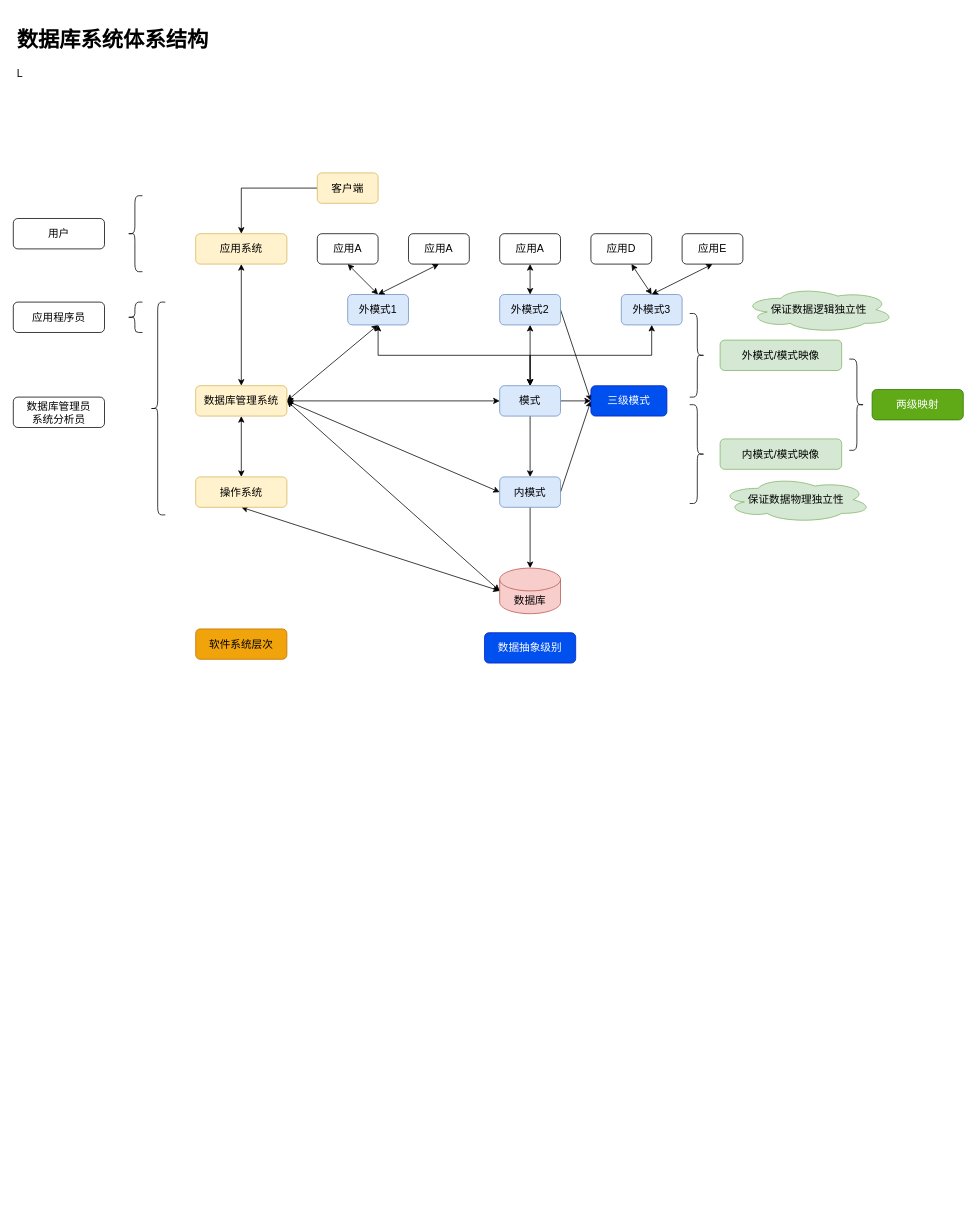
Earlier version of the draw.io diagram page "理论基础" (1 of 7) of Draw.io/DB.drawio (DepInjoy/geektime). Source tidied: cells renumbered, new cells numbered last; positions are measured from the earlier drawing's top-left corner, leaving out a move shared by most shapes. Both pictures are drawn from the tidied source at 76%, with x=0, y=0 at pixel (13, 21).
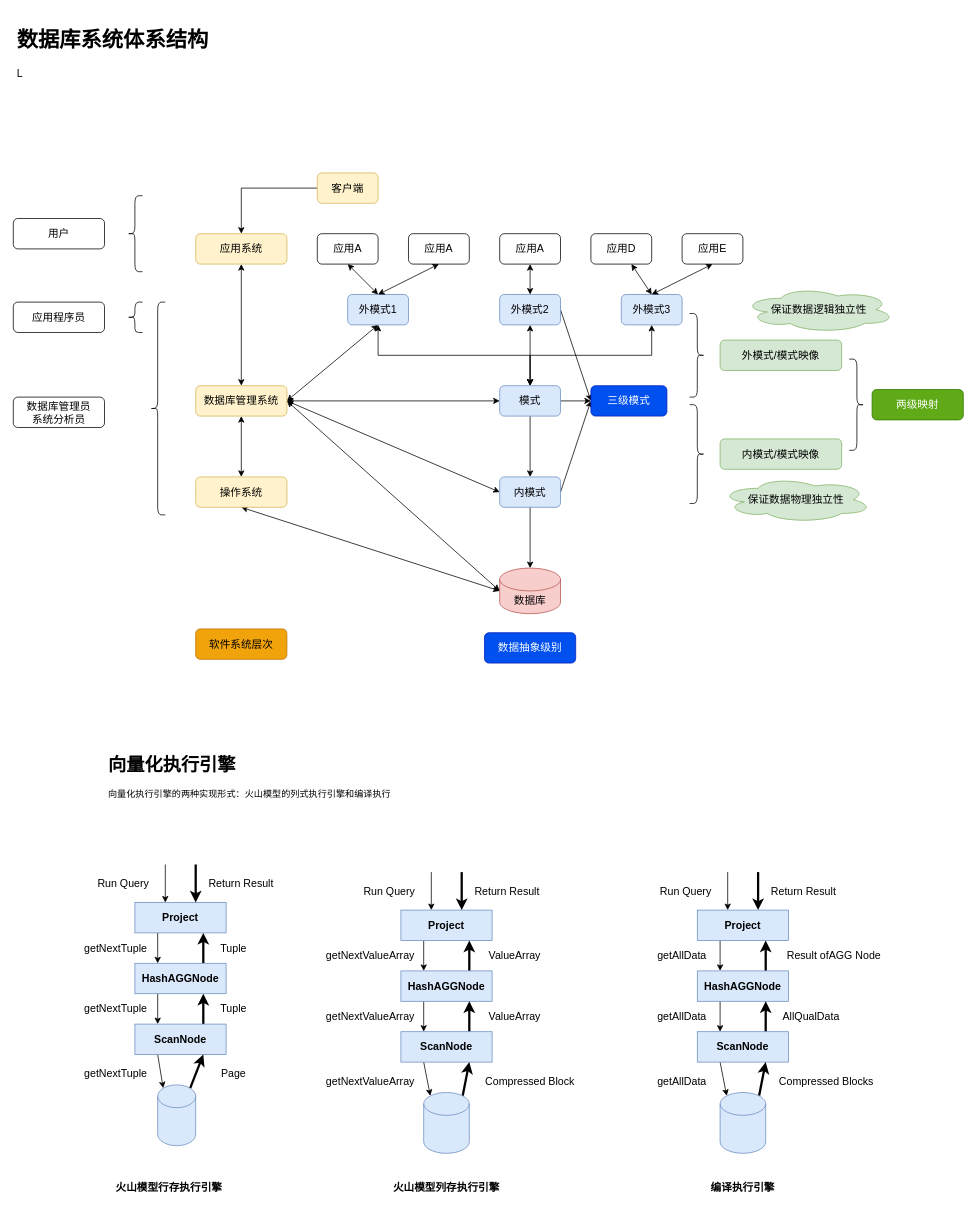
After the change.

Diff of the diagram source:
```diff
@@
+    <mxCell id="56" value="&lt;h1&gt;向量化执行引擎&lt;/h1&gt;&lt;p&gt;向量化执行引擎的两种实现形式：火山模型的列式执行引擎和编译执行&lt;/p&gt;" style="text;html=1;strokeColor=none;fillColor=none;spacing=5;spacingTop=-20;whiteSpace=wrap;overflow=hidden;rounded=0;" parent="1" vertex="1">
+      <mxGeometry x="120" y="960" width="480" height="120" as="geometry" />
+    </mxCell>
+    <mxCell id="57" style="edgeStyle=orthogonalEdgeStyle;rounded=0;jettySize=auto;html=1;exitX=0.25;exitY=1;exitDx=0;exitDy=0;entryX=0.25;entryY=0;entryDx=0;entryDy=0;fontSize=14;" parent="1" edge="1" source="58" target="61">
+      <mxGeometry relative="1" as="geometry" />
+    </mxCell>
+    <mxCell id="58" value="&lt;font style=&quot;font-size: 14px;&quot;&gt;&lt;b&gt;Project&lt;/b&gt;&lt;/font&gt;" style="rounded=0;whiteSpace=wrap;html=1;fillColor=#dae8fc;strokeColor=#6c8ebf;" parent="1" vertex="1">
+      <mxGeometry x="160" y="1160" width="120" height="40" as="geometry" />
+    </mxCell>
+    <mxCell id="59" style="edgeStyle=orthogonalEdgeStyle;rounded=0;jettySize=auto;html=1;exitX=0.75;exitY=0;exitDx=0;exitDy=0;entryX=0.75;entryY=1;entryDx=0;entryDy=0;fontSize=14;strokeWidth=3;" parent="1" edge="1" source="61" target="58">
+      <mxGeometry relative="1" as="geometry" />
+    </mxCell>
+    <mxCell id="60" style="edgeStyle=orthogonalEdgeStyle;rounded=0;jettySize=auto;html=1;exitX=0.25;exitY=1;exitDx=0;exitDy=0;entryX=0.25;entryY=0;entryDx=0;entryDy=0;fontSize=14;" parent="1" edge="1" source="61" target="64">
+      <mxGeometry relative="1" as="geometry" />
+    </mxCell>
+    <mxCell id="61" value="&lt;font style=&quot;font-size: 14px;&quot;&gt;&lt;b&gt;HashAGGNode&lt;/b&gt;&lt;/font&gt;" style="rounded=0;whiteSpace=wrap;html=1;fillColor=#dae8fc;strokeColor=#6c8ebf;" parent="1" vertex="1">
+      <mxGeometry x="160" y="1240" width="120" height="40" as="geometry" />
+    </mxCell>
+    <mxCell id="62" style="edgeStyle=orthogonalEdgeStyle;rounded=0;jettySize=auto;html=1;exitX=0.75;exitY=0;exitDx=0;exitDy=0;entryX=0.75;entryY=1;entryDx=0;entryDy=0;fontSize=14;strokeWidth=3;" parent="1" edge="1" source="64" target="61">
+      <mxGeometry relative="1" as="geometry" />
+    </mxCell>
+    <mxCell id="63" style="rounded=0;jettySize=auto;html=1;exitX=0.25;exitY=1;exitDx=0;exitDy=0;entryX=0.145;entryY=0;entryDx=0;entryDy=4.35;entryPerimeter=0;fontSize=14;" parent="1" edge="1" source="64" target="66">
+      <mxGeometry relative="1" as="geometry" />
+    </mxCell>
+    <mxCell id="64" value="&lt;font style=&quot;font-size: 14px;&quot;&gt;&lt;b&gt;ScanNode&lt;/b&gt;&lt;/font&gt;" style="rounded=0;whiteSpace=wrap;html=1;fillColor=#dae8fc;strokeColor=#6c8ebf;" parent="1" vertex="1">
+      <mxGeometry x="160" y="1320" width="120" height="40" as="geometry" />
+    </mxCell>
+    <mxCell id="65" style="rounded=0;jettySize=auto;html=1;exitX=0.855;exitY=0;exitDx=0;exitDy=4.35;exitPerimeter=0;entryX=0.75;entryY=1;entryDx=0;entryDy=0;fontSize=14;strokeWidth=3;fillColor=#dae8fc;strokeColor=#000000;" parent="1" edge="1" source="66" target="64">
+      <mxGeometry relative="1" as="geometry" />
+    </mxCell>
+    <mxCell id="66" style="shape=cylinder3;whiteSpace=wrap;html=1;boundedLbl=1;backgroundOutline=1;size=15;fontSize=14;fillColor=#dae8fc;strokeColor=#6c8ebf;" parent="1" vertex="1">
+      <mxGeometry x="190" y="1400" width="50" height="80" as="geometry" />
+    </mxCell>
+    <mxCell id="67" style="endArrow=classic;html=1;rounded=0;fontSize=14;" parent="1" edge="1">
+      <mxGeometry relative="1" as="geometry">
+        <mxPoint x="200" y="1110" as="sourcePoint" />
+        <mxPoint x="200" y="1160" as="targetPoint" />
+      </mxGeometry>
+    </mxCell>
+    <mxCell id="68" value="Return Result" style="text;html=1;strokeColor=none;fillColor=none;align=center;verticalAlign=middle;whiteSpace=wrap;rounded=0;fontSize=14;" parent="1" vertex="1">
+      <mxGeometry x="250" y="1120" width="100" height="30" as="geometry" />
+    </mxCell>
+    <mxCell id="69" value="Run Query" style="text;html=1;strokeColor=none;fillColor=none;align=center;verticalAlign=middle;whiteSpace=wrap;rounded=0;fontSize=14;" parent="1" vertex="1">
+      <mxGeometry x="100" y="1120" width="90" height="30" as="geometry" />
+    </mxCell>
+    <mxCell id="70" value="getNextTuple" style="text;html=1;strokeColor=none;fillColor=none;align=center;verticalAlign=middle;whiteSpace=wrap;rounded=0;fontSize=14;" parent="1" vertex="1">
+      <mxGeometry x="90" y="1205" width="90" height="30" as="geometry" />
+    </mxCell>
+    <mxCell id="71" value="getNextTuple" style="text;html=1;strokeColor=none;fillColor=none;align=center;verticalAlign=middle;whiteSpace=wrap;rounded=0;fontSize=14;" parent="1" vertex="1">
+      <mxGeometry x="90" y="1285" width="90" height="30" as="geometry" />
+    </mxCell>
+    <mxCell id="72" value="getNextTuple" style="text;html=1;strokeColor=none;fillColor=none;align=center;verticalAlign=middle;whiteSpace=wrap;rounded=0;fontSize=14;" parent="1" vertex="1">
+      <mxGeometry x="90" y="1370" width="90" height="30" as="geometry" />
+    </mxCell>
+    <mxCell id="73" value="Page" style="text;html=1;strokeColor=none;fillColor=none;align=center;verticalAlign=middle;whiteSpace=wrap;rounded=0;fontSize=14;" parent="1" vertex="1">
+      <mxGeometry x="260" y="1370" width="60" height="30" as="geometry" />
+    </mxCell>
+    <mxCell id="74" value="Tuple" style="text;html=1;strokeColor=none;fillColor=none;align=center;verticalAlign=middle;whiteSpace=wrap;rounded=0;fontSize=14;" parent="1" vertex="1">
+      <mxGeometry x="260" y="1285" width="60" height="30" as="geometry" />
+    </mxCell>
+    <mxCell id="75" value="Tuple" style="text;html=1;strokeColor=none;fillColor=none;align=center;verticalAlign=middle;whiteSpace=wrap;rounded=0;fontSize=14;" parent="1" vertex="1">
+      <mxGeometry x="260" y="1205" width="60" height="30" as="geometry" />
+    </mxCell>
+    <mxCell id="76" style="endArrow=classic;html=1;rounded=0;fontSize=14;strokeWidth=3;" parent="1" edge="1">
+      <mxGeometry relative="1" as="geometry">
+        <mxPoint x="240" y="1110" as="sourcePoint" />
+        <mxPoint x="240" y="1160" as="targetPoint" />
+      </mxGeometry>
+    </mxCell>
+    <mxCell id="77" style="edgeStyle=orthogonalEdgeStyle;rounded=0;jettySize=auto;html=1;exitX=0.25;exitY=1;exitDx=0;exitDy=0;entryX=0.25;entryY=0;entryDx=0;entryDy=0;fontSize=14;" parent="1" edge="1" source="78" target="81">
+      <mxGeometry relative="1" as="geometry" />
+    </mxCell>
+    <mxCell id="78" value="&lt;font style=&quot;font-size: 14px;&quot;&gt;&lt;b&gt;Project&lt;/b&gt;&lt;/font&gt;" style="rounded=0;whiteSpace=wrap;html=1;fillColor=#dae8fc;strokeColor=#6c8ebf;" parent="1" vertex="1">
+      <mxGeometry x="510" y="1170" width="120" height="40" as="geometry" />
+    </mxCell>
+    <mxCell id="79" style="edgeStyle=orthogonalEdgeStyle;rounded=0;jettySize=auto;html=1;exitX=0.75;exitY=0;exitDx=0;exitDy=0;entryX=0.75;entryY=1;entryDx=0;entryDy=0;fontSize=14;strokeWidth=3;" parent="1" edge="1" source="81" target="78">
+      <mxGeometry relative="1" as="geometry" />
+    </mxCell>
+    <mxCell id="80" style="edgeStyle=orthogonalEdgeStyle;rounded=0;jettySize=auto;html=1;exitX=0.25;exitY=1;exitDx=0;exitDy=0;entryX=0.25;entryY=0;entryDx=0;entryDy=0;fontSize=14;" parent="1" edge="1" source="81" target="84">
+      <mxGeometry relative="1" as="geometry" />
+    </mxCell>
+    <mxCell id="81" value="&lt;font style=&quot;font-size: 14px;&quot;&gt;&lt;b&gt;HashAGGNode&lt;/b&gt;&lt;/font&gt;" style="rounded=0;whiteSpace=wrap;html=1;fillColor=#dae8fc;strokeColor=#6c8ebf;" parent="1" vertex="1">
+      <mxGeometry x="510" y="1250" width="120" height="40" as="geometry" />
+    </mxCell>
+    <mxCell id="82" style="edgeStyle=orthogonalEdgeStyle;rounded=0;jettySize=auto;html=1;exitX=0.75;exitY=0;exitDx=0;exitDy=0;entryX=0.75;entryY=1;entryDx=0;entryDy=0;fontSize=14;strokeWidth=3;" parent="1" edge="1" source="84" target="81">
+      <mxGeometry relative="1" as="geometry" />
+    </mxCell>
+    <mxCell id="83" style="rounded=0;jettySize=auto;html=1;exitX=0.25;exitY=1;exitDx=0;exitDy=0;entryX=0.145;entryY=0;entryDx=0;entryDy=4.35;entryPerimeter=0;fontSize=14;" parent="1" edge="1" source="84" target="86">
+      <mxGeometry relative="1" as="geometry" />
+    </mxCell>
+    <mxCell id="84" value="&lt;font style=&quot;font-size: 14px;&quot;&gt;&lt;b&gt;ScanNode&lt;/b&gt;&lt;/font&gt;" style="rounded=0;whiteSpace=wrap;html=1;fillColor=#dae8fc;strokeColor=#6c8ebf;" parent="1" vertex="1">
+      <mxGeometry x="510" y="1330" width="120" height="40" as="geometry" />
+    </mxCell>
+    <mxCell id="85" style="rounded=0;jettySize=auto;html=1;exitX=0.855;exitY=0;exitDx=0;exitDy=4.35;exitPerimeter=0;entryX=0.75;entryY=1;entryDx=0;entryDy=0;fontSize=14;strokeWidth=3;fillColor=#dae8fc;strokeColor=#000000;" parent="1" edge="1" source="86" target="84">
+      <mxGeometry relative="1" as="geometry" />
+    </mxCell>
+    <mxCell id="86" style="shape=cylinder3;whiteSpace=wrap;html=1;boundedLbl=1;backgroundOutline=1;size=15;fontSize=14;fillColor=#dae8fc;strokeColor=#6c8ebf;" parent="1" vertex="1">
+      <mxGeometry x="540" y="1410" width="60" height="80" as="geometry" />
+    </mxCell>
+    <mxCell id="87" style="endArrow=classic;html=1;rounded=0;fontSize=14;" parent="1" edge="1">
+      <mxGeometry relative="1" as="geometry">
+        <mxPoint x="550" y="1120" as="sourcePoint" />
+        <mxPoint x="550" y="1170" as="targetPoint" />
+      </mxGeometry>
+    </mxCell>
+    <mxCell id="88" value="Return Result" style="text;html=1;strokeColor=none;fillColor=none;align=center;verticalAlign=middle;whiteSpace=wrap;rounded=0;fontSize=14;" parent="1" vertex="1">
+      <mxGeometry x="600" y="1130" width="100" height="30" as="geometry" />
+    </mxCell>
+    <mxCell id="89" value="Run Query" style="text;html=1;strokeColor=none;fillColor=none;align=center;verticalAlign=middle;whiteSpace=wrap;rounded=0;fontSize=14;" parent="1" vertex="1">
+      <mxGeometry x="450" y="1130" width="90" height="30" as="geometry" />
+    </mxCell>
+    <mxCell id="90" value="getNextValueArray" style="text;html=1;strokeColor=none;fillColor=none;align=center;verticalAlign=middle;whiteSpace=wrap;rounded=0;fontSize=14;" parent="1" vertex="1">
+      <mxGeometry x="410" y="1215" width="120" height="30" as="geometry" />
+    </mxCell>
+    <mxCell id="91" value="Compressed Block" style="text;html=1;strokeColor=none;fillColor=none;align=center;verticalAlign=middle;whiteSpace=wrap;rounded=0;fontSize=14;" parent="1" vertex="1">
+      <mxGeometry x="610" y="1380" width="140" height="30" as="geometry" />
+    </mxCell>
+    <mxCell id="92" value="ValueArray" style="text;html=1;strokeColor=none;fillColor=none;align=center;verticalAlign=middle;whiteSpace=wrap;rounded=0;fontSize=14;" parent="1" vertex="1">
+      <mxGeometry x="620" y="1295" width="80" height="30" as="geometry" />
+    </mxCell>
+    <mxCell id="93" value="ValueArray" style="text;html=1;strokeColor=none;fillColor=none;align=center;verticalAlign=middle;whiteSpace=wrap;rounded=0;fontSize=14;" parent="1" vertex="1">
+      <mxGeometry x="620" y="1215" width="80" height="30" as="geometry" />
+    </mxCell>
+    <mxCell id="94" style="endArrow=classic;html=1;rounded=0;fontSize=14;strokeWidth=3;" parent="1" edge="1">
+      <mxGeometry relative="1" as="geometry">
+        <mxPoint x="590" y="1120" as="sourcePoint" />
+        <mxPoint x="590" y="1170" as="targetPoint" />
+      </mxGeometry>
+    </mxCell>
+    <mxCell id="95" value="getNextValueArray" style="text;html=1;strokeColor=none;fillColor=none;align=center;verticalAlign=middle;whiteSpace=wrap;rounded=0;fontSize=14;" parent="1" vertex="1">
+      <mxGeometry x="410" y="1295" width="120" height="30" as="geometry" />
+    </mxCell>
+    <mxCell id="96" value="getNextValueArray" style="text;html=1;strokeColor=none;fillColor=none;align=center;verticalAlign=middle;whiteSpace=wrap;rounded=0;fontSize=14;" parent="1" vertex="1">
+      <mxGeometry x="410" y="1380" width="120" height="30" as="geometry" />
+    </mxCell>
+    <mxCell id="97" value="&lt;b&gt;火山模型行存执行引擎&lt;/b&gt;" style="text;html=1;strokeColor=none;fillColor=none;align=center;verticalAlign=middle;whiteSpace=wrap;rounded=0;fontSize=14;" parent="1" vertex="1">
+      <mxGeometry x="130" y="1520" width="150" height="30" as="geometry" />
+    </mxCell>
+    <mxCell id="98" style="edgeStyle=orthogonalEdgeStyle;rounded=0;jettySize=auto;html=1;exitX=0.25;exitY=1;exitDx=0;exitDy=0;entryX=0.25;entryY=0;entryDx=0;entryDy=0;fontSize=14;" parent="1" edge="1" source="99" target="102">
+      <mxGeometry relative="1" as="geometry" />
+    </mxCell>
+    <mxCell id="99" value="&lt;font style=&quot;font-size: 14px;&quot;&gt;&lt;b&gt;Project&lt;/b&gt;&lt;/font&gt;" style="rounded=0;whiteSpace=wrap;html=1;fillColor=#dae8fc;strokeColor=#6c8ebf;" parent="1" vertex="1">
+      <mxGeometry x="900" y="1170" width="120" height="40" as="geometry" />
+    </mxCell>
+    <mxCell id="100" style="edgeStyle=orthogonalEdgeStyle;rounded=0;jettySize=auto;html=1;exitX=0.75;exitY=0;exitDx=0;exitDy=0;entryX=0.75;entryY=1;entryDx=0;entryDy=0;fontSize=14;strokeWidth=3;" parent="1" edge="1" source="102" target="99">
+      <mxGeometry relative="1" as="geometry" />
+    </mxCell>
+    <mxCell id="101" style="edgeStyle=orthogonalEdgeStyle;rounded=0;jettySize=auto;html=1;exitX=0.25;exitY=1;exitDx=0;exitDy=0;entryX=0.25;entryY=0;entryDx=0;entryDy=0;fontSize=14;" parent="1" edge="1" source="102" target="105">
+      <mxGeometry relative="1" as="geometry" />
+    </mxCell>
+    <mxCell id="102" value="&lt;font style=&quot;font-size: 14px;&quot;&gt;&lt;b&gt;HashAGGNode&lt;/b&gt;&lt;/font&gt;" style="rounded=0;whiteSpace=wrap;html=1;fillColor=#dae8fc;strokeColor=#6c8ebf;" parent="1" vertex="1">
+      <mxGeometry x="900" y="1250" width="120" height="40" as="geometry" />
+    </mxCell>
+    <mxCell id="103" style="edgeStyle=orthogonalEdgeStyle;rounded=0;jettySize=auto;html=1;exitX=0.75;exitY=0;exitDx=0;exitDy=0;entryX=0.75;entryY=1;entryDx=0;entryDy=0;fontSize=14;strokeWidth=3;" parent="1" edge="1" source="105" target="102">
+      <mxGeometry relative="1" as="geometry" />
+    </mxCell>
+    <mxCell id="104" style="rounded=0;jettySize=auto;html=1;exitX=0.25;exitY=1;exitDx=0;exitDy=0;entryX=0.145;entryY=0;entryDx=0;entryDy=4.35;entryPerimeter=0;fontSize=14;" parent="1" edge="1" source="105" target="107">
+      <mxGeometry relative="1" as="geometry" />
+    </mxCell>
+    <mxCell id="105" value="&lt;font style=&quot;font-size: 14px;&quot;&gt;&lt;b&gt;ScanNode&lt;/b&gt;&lt;/font&gt;" style="rounded=0;whiteSpace=wrap;html=1;fillColor=#dae8fc;strokeColor=#6c8ebf;" parent="1" vertex="1">
+      <mxGeometry x="900" y="1330" width="120" height="40" as="geometry" />
+    </mxCell>
+    <mxCell id="106" style="rounded=0;jettySize=auto;html=1;exitX=0.855;exitY=0;exitDx=0;exitDy=4.35;exitPerimeter=0;entryX=0.75;entryY=1;entryDx=0;entryDy=0;fontSize=14;strokeWidth=3;fillColor=#dae8fc;strokeColor=#000000;" parent="1" edge="1" source="107" target="105">
+      <mxGeometry relative="1" as="geometry" />
+    </mxCell>
+    <mxCell id="107" style="shape=cylinder3;whiteSpace=wrap;html=1;boundedLbl=1;backgroundOutline=1;size=15;fontSize=14;fillColor=#dae8fc;strokeColor=#6c8ebf;" parent="1" vertex="1">
+      <mxGeometry x="930" y="1410" width="60" height="80" as="geometry" />
+    </mxCell>
+    <mxCell id="108" style="endArrow=classic;html=1;rounded=0;fontSize=14;" parent="1" edge="1">
+      <mxGeometry relative="1" as="geometry">
+        <mxPoint x="940" y="1120" as="sourcePoint" />
+        <mxPoint x="940" y="1170" as="targetPoint" />
+      </mxGeometry>
+    </mxCell>
+    <mxCell id="109" value="Return Result" style="text;html=1;strokeColor=none;fillColor=none;align=center;verticalAlign=middle;whiteSpace=wrap;rounded=0;fontSize=14;" parent="1" vertex="1">
+      <mxGeometry x="990" y="1130" width="100" height="30" as="geometry" />
+    </mxCell>
+    <mxCell id="110" value="Run Query" style="text;html=1;strokeColor=none;fillColor=none;align=center;verticalAlign=middle;whiteSpace=wrap;rounded=0;fontSize=14;" parent="1" vertex="1">
+      <mxGeometry x="840" y="1130" width="90" height="30" as="geometry" />
+    </mxCell>
+    <mxCell id="111" value="getAllData" style="text;html=1;strokeColor=none;fillColor=none;align=center;verticalAlign=middle;whiteSpace=wrap;rounded=0;fontSize=14;" parent="1" vertex="1">
+      <mxGeometry x="840" y="1215" width="80" height="30" as="geometry" />
+    </mxCell>
+    <mxCell id="112" value="Compressed Blocks" style="text;html=1;strokeColor=none;fillColor=none;align=center;verticalAlign=middle;whiteSpace=wrap;rounded=0;fontSize=14;" parent="1" vertex="1">
+      <mxGeometry x="1000" y="1380" width="140" height="30" as="geometry" />
+    </mxCell>
+    <mxCell id="113" value="AllQualData" style="text;html=1;strokeColor=none;fillColor=none;align=center;verticalAlign=middle;whiteSpace=wrap;rounded=0;fontSize=14;" parent="1" vertex="1">
+      <mxGeometry x="1010" y="1295" width="80" height="30" as="geometry" />
+    </mxCell>
+    <mxCell id="114" value="Result ofAGG Node" style="text;html=1;strokeColor=none;fillColor=none;align=center;verticalAlign=middle;whiteSpace=wrap;rounded=0;fontSize=14;" parent="1" vertex="1">
+      <mxGeometry x="1010" y="1215" width="140" height="30" as="geometry" />
+    </mxCell>
+    <mxCell id="115" style="endArrow=classic;html=1;rounded=0;fontSize=14;strokeWidth=3;" parent="1" edge="1">
+      <mxGeometry relative="1" as="geometry">
+        <mxPoint x="980" y="1120" as="sourcePoint" />
+        <mxPoint x="980" y="1170" as="targetPoint" />
+      </mxGeometry>
+    </mxCell>
+    <mxCell id="116" value="getAllData" style="text;html=1;strokeColor=none;fillColor=none;align=center;verticalAlign=middle;whiteSpace=wrap;rounded=0;fontSize=14;" parent="1" vertex="1">
+      <mxGeometry x="840" y="1295" width="80" height="30" as="geometry" />
+    </mxCell>
+    <mxCell id="117" value="getAllData" style="text;html=1;strokeColor=none;fillColor=none;align=center;verticalAlign=middle;whiteSpace=wrap;rounded=0;fontSize=14;" parent="1" vertex="1">
+      <mxGeometry x="840" y="1380" width="80" height="30" as="geometry" />
+    </mxCell>
+    <mxCell id="118" value="&lt;b&gt;编译执行引擎&lt;/b&gt;" style="text;html=1;strokeColor=none;fillColor=none;align=center;verticalAlign=middle;whiteSpace=wrap;rounded=0;fontSize=14;" parent="1" vertex="1">
+      <mxGeometry x="900" y="1520" width="120" height="30" as="geometry" />
+    </mxCell>
+    <mxCell id="119" value="&lt;b&gt;火山模型列存执行引擎&lt;/b&gt;" style="text;html=1;strokeColor=none;fillColor=none;align=center;verticalAlign=middle;whiteSpace=wrap;rounded=0;fontSize=14;" parent="1" vertex="1">
+      <mxGeometry x="476" y="1520" width="188" height="30" as="geometry" />
+    </mxCell>
```
